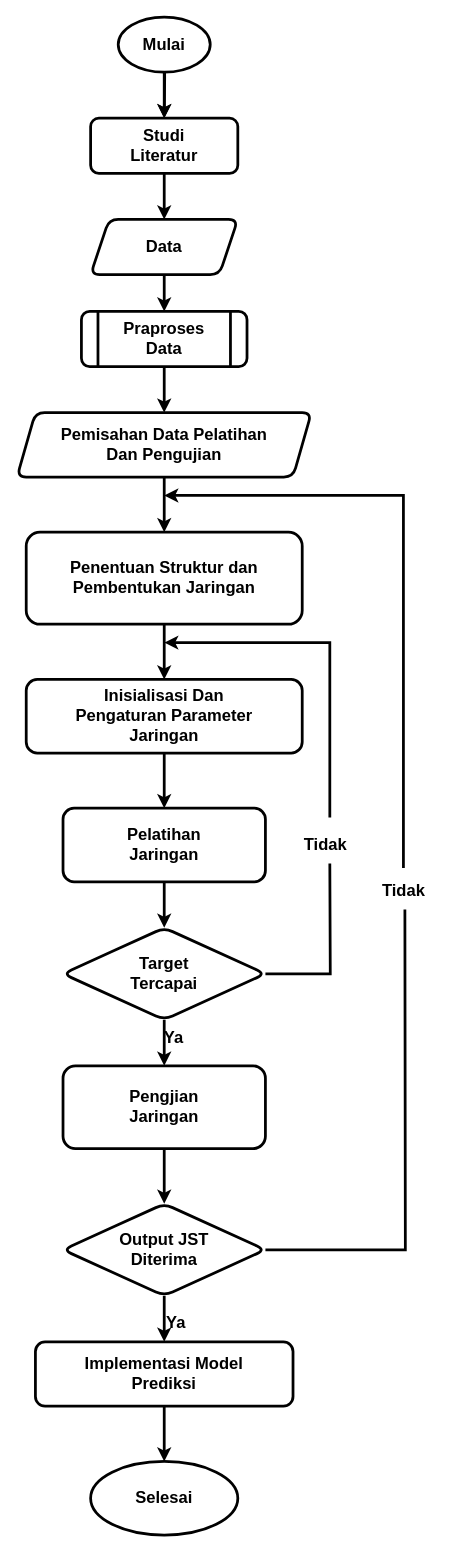
Harlan-Aan/school-management keeps this draw.io diagram as Untitled Diagram.drawio. Above is the earlier version. Source tidied: cells renumbered, new cells numbered last; positions are measured from the earlier drawing's top-left corner, leaving out a move shared by most shapes. Both pictures are drawn from the tidied source at 92%, with x=0, y=0 at pixel (17, 17).
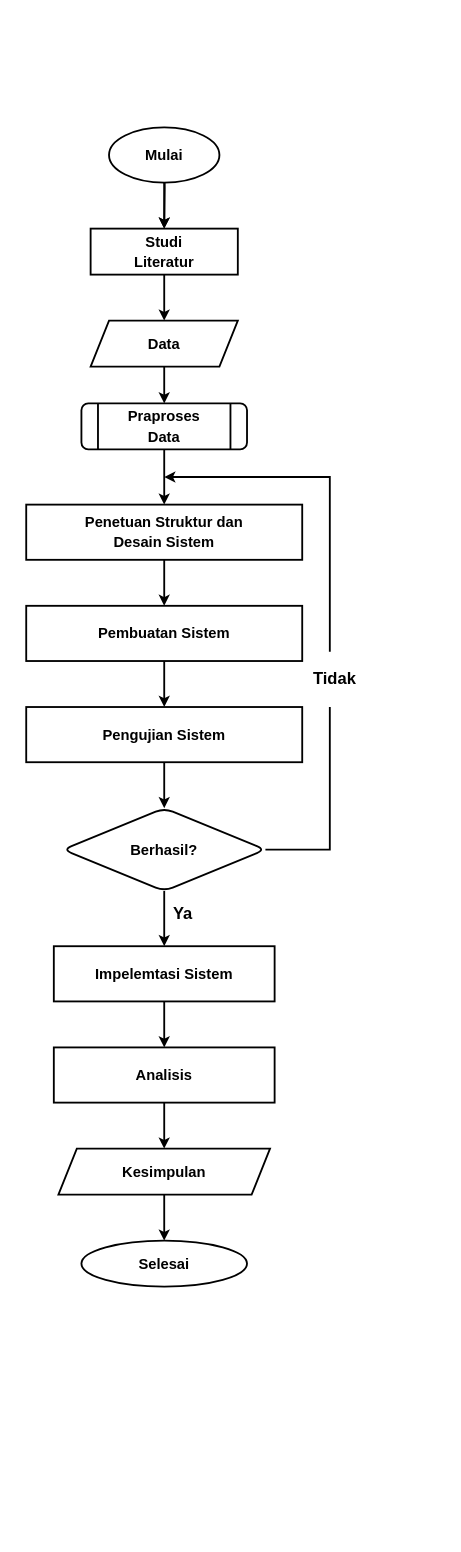
After the change.

What changed in the source:
```diff
@@
-    <mxCell id="2" style="edgeStyle=orthogonalEdgeStyle;rounded=0;jettySize=auto;html=1;strokeWidth=3;fontStyle=1;fontFamily=Helvetica;spacing=40;fontSize=18;" parent="1" edge="1" target="4">
+    <mxCell id="2" style="edgeStyle=orthogonalEdgeStyle;rounded=0;jettySize=auto;html=1;strokeWidth=2;fontStyle=1;fontFamily=Helvetica;spacing=40;fontSize=18;" parent="1" edge="1" target="4">
       <mxGeometry relative="1" as="geometry">
-        <mxPoint x="160" y="20" as="sourcePoint" />
+        <mxPoint x="160" y="140" as="sourcePoint" />
       </mxGeometry>
     </mxCell>
-    <mxCell id="3" style="edgeStyle=orthogonalEdgeStyle;rounded=0;jettySize=auto;html=1;strokeWidth=3;fontStyle=1;fontFamily=Helvetica;spacing=40;fontSize=18;" parent="1" edge="1" source="4" target="6">
+    <mxCell id="3" style="edgeStyle=orthogonalEdgeStyle;rounded=0;jettySize=auto;html=1;strokeWidth=2;fontStyle=1;fontFamily=Helvetica;spacing=40;fontSize=18;" parent="1" edge="1" source="4" target="6">
       <mxGeometry relative="1" as="geometry" />
     </mxCell>
-    <mxCell id="4" value="Studi Literatur" style="rounded=1;whiteSpace=wrap;html=1;strokeWidth=3;fontStyle=1;fontFamily=Helvetica;spacing=40;fontSize=18;" parent="1" vertex="1">
-      <mxGeometry x="80" y="110" width="160" height="60" as="geometry" />
+    <mxCell id="4" value="&lt;font style=&quot;font-size: 16px&quot;&gt;Studi Literatur&lt;/font&gt;" style="whiteSpace=wrap;html=1;rounded=0;strokeWidth=2;fontStyle=1;fontFamily=Helvetica;spacing=40;fontSize=18;" parent="1" vertex="1">
+      <mxGeometry x="80" y="230" width="160" height="50" as="geometry" />
     </mxCell>
-    <mxCell id="5" style="edgeStyle=orthogonalEdgeStyle;rounded=0;jettySize=auto;html=1;strokeWidth=3;fontStyle=1;fontFamily=Helvetica;spacing=40;fontSize=18;" parent="1" edge="1" source="6" target="8">
+    <mxCell id="5" style="edgeStyle=orthogonalEdgeStyle;rounded=0;jettySize=auto;html=1;strokeWidth=2;fontStyle=1;fontFamily=Helvetica;spacing=40;fontSize=18;" parent="1" edge="1" source="6" target="8">
       <mxGeometry relative="1" as="geometry" />
     </mxCell>
-    <mxCell id="6" value="Data" style="shape=parallelogram;perimeter=parallelogramPerimeter;whiteSpace=wrap;html=1;fixedSize=1;rounded=1;strokeWidth=3;fontStyle=1;fontFamily=Helvetica;spacing=40;fontSize=18;" parent="1" vertex="1">
-      <mxGeometry x="80" y="220" width="160" height="60" as="geometry" />
+    <mxCell id="6" value="&lt;font style=&quot;font-size: 16px&quot;&gt;Data&lt;/font&gt;" style="shape=parallelogram;perimeter=parallelogramPerimeter;whiteSpace=wrap;html=1;fixedSize=1;rounded=0;strokeWidth=2;fontStyle=1;fontFamily=Helvetica;spacing=40;fontSize=18;" parent="1" vertex="1">
+      <mxGeometry x="80" y="330" width="160" height="50" as="geometry" />
     </mxCell>
-    <mxCell id="7" style="edgeStyle=orthogonalEdgeStyle;rounded=0;jettySize=auto;html=1;strokeWidth=3;fontStyle=1;fontFamily=Helvetica;spacing=40;fontSize=18;" parent="1" edge="1" source="8" target="10">
-      <mxGeometry relative="1" as="geometry" />
-    </mxCell>
-    <mxCell id="8" value="Praproses Data" style="shape=process;whiteSpace=wrap;html=1;backgroundOutline=1;rounded=1;strokeWidth=3;fontStyle=1;fontFamily=Helvetica;spacing=40;fontSize=18;" parent="1" vertex="1">
-      <mxGeometry x="70" y="320" width="180" height="60" as="geometry" />
+    <mxCell id="8" value="&lt;font style=&quot;font-size: 16px&quot;&gt;Praproses Data&lt;/font&gt;" style="shape=process;whiteSpace=wrap;html=1;backgroundOutline=1;rounded=1;strokeWidth=2;fontStyle=1;fontFamily=Helvetica;spacing=40;fontSize=18;" parent="1" vertex="1">
+      <mxGeometry x="70" y="420" width="180" height="50" as="geometry" />
     </mxCell>
-    <mxCell id="9" style="edgeStyle=orthogonalEdgeStyle;rounded=0;jettySize=auto;html=1;strokeWidth=3;fontStyle=1;fontFamily=Helvetica;spacing=40;fontSize=18;" parent="1" edge="1" source="10" target="12">
+    <mxCell id="9" style="edgeStyle=orthogonalEdgeStyle;rounded=0;jettySize=auto;html=1;strokeWidth=2;fontStyle=1;fontFamily=Helvetica;spacing=40;fontSize=18;exitX=0.5;exitY=1;exitDx=0;exitDy=0;" parent="1" edge="1" source="8" target="12">
       <mxGeometry relative="1" as="geometry" />
     </mxCell>
-    <mxCell id="10" value="Pemisahan Data Pelatihan Dan Pengujian" style="shape=parallelogram;perimeter=parallelogramPerimeter;whiteSpace=wrap;html=1;fixedSize=1;rounded=1;strokeWidth=3;fontStyle=1;fontFamily=Helvetica;spacing=40;fontSize=18;" parent="1" vertex="1">
-      <mxGeometry y="430" width="320" height="70" as="geometry" />
-    </mxCell>
-    <mxCell id="11" style="edgeStyle=orthogonalEdgeStyle;rounded=0;jettySize=auto;html=1;strokeWidth=3;fontStyle=1;fontFamily=Helvetica;spacing=40;fontSize=18;" parent="1" edge="1" source="12" target="16">
+    <mxCell id="11" style="edgeStyle=orthogonalEdgeStyle;rounded=0;jettySize=auto;html=1;strokeWidth=2;fontStyle=1;fontFamily=Helvetica;spacing=40;fontSize=18;" parent="1" edge="1" source="12" target="16">
       <mxGeometry relative="1" as="geometry" />
     </mxCell>
-    <mxCell id="12" value="Penentuan Struktur dan Pembentukan Jaringan" style="whiteSpace=wrap;html=1;rounded=1;strokeWidth=3;fontStyle=1;fontFamily=Helvetica;spacing=40;fontSize=18;" parent="1" vertex="1">
-      <mxGeometry x="10" y="560" width="300" height="100" as="geometry" />
+    <mxCell id="12" value="&lt;font style=&quot;font-size: 16px&quot;&gt;Penetuan Struktur dan Desain Sistem&lt;/font&gt;" style="whiteSpace=wrap;html=1;rounded=0;strokeWidth=2;fontStyle=1;fontFamily=Helvetica;spacing=40;fontSize=18;" parent="1" vertex="1">
+      <mxGeometry x="10" y="530" width="300" height="60" as="geometry" />
     </mxCell>
-    <mxCell id="13" style="edgeStyle=orthogonalEdgeStyle;rounded=0;jettySize=auto;html=1;jumpSize=1;strokeWidth=3;fontStyle=1;fontFamily=Helvetica;spacing=40;fontSize=18;" parent="1" edge="1" source="14" target="4">
+    <mxCell id="13" style="edgeStyle=orthogonalEdgeStyle;rounded=0;jettySize=auto;html=1;jumpSize=1;strokeWidth=2;fontStyle=1;fontFamily=Helvetica;spacing=40;fontSize=18;" parent="1" edge="1" source="14" target="4">
       <mxGeometry relative="1" as="geometry" />
     </mxCell>
-    <mxCell id="14" value="Mulai" style="strokeWidth=3;html=1;shape=mxgraph.flowchart.start_1;whiteSpace=wrap;rounded=-5;fontStyle=1;fontFamily=Helvetica;spacing=40;fontSize=18;" parent="1" vertex="1">
-      <mxGeometry x="110" width="100" height="60" as="geometry" />
+    <mxCell id="14" value="&lt;font style=&quot;font-size: 16px&quot;&gt;Mulai&lt;/font&gt;" style="strokeWidth=2;html=1;shape=mxgraph.flowchart.start_1;whiteSpace=wrap;rounded=-5;fontStyle=1;fontFamily=Helvetica;spacing=40;fontSize=18;" parent="1" vertex="1">
+      <mxGeometry x="100" y="120" width="120" height="60" as="geometry" />
     </mxCell>
-    <mxCell id="15" style="edgeStyle=orthogonalEdgeStyle;rounded=0;jettySize=auto;html=1;strokeWidth=3;fontStyle=1;fontFamily=Helvetica;spacing=40;fontSize=18;" parent="1" edge="1" source="16" target="18">
+    <mxCell id="15" style="edgeStyle=orthogonalEdgeStyle;rounded=0;jettySize=auto;html=1;strokeWidth=2;fontStyle=1;fontFamily=Helvetica;spacing=40;fontSize=18;" parent="1" edge="1" source="16" target="18">
       <mxGeometry relative="1" as="geometry" />
     </mxCell>
-    <mxCell id="16" value="Inisialisasi Dan Pengaturan Parameter Jaringan" style="whiteSpace=wrap;html=1;rounded=1;strokeWidth=3;fontStyle=1;fontFamily=Helvetica;spacing=40;fontSize=18;" parent="1" vertex="1">
-      <mxGeometry x="10" y="720" width="300" height="80" as="geometry" />
+    <mxCell id="16" value="&lt;font style=&quot;font-size: 16px&quot;&gt;Pembuatan Sistem&lt;/font&gt;" style="whiteSpace=wrap;html=1;rounded=0;strokeWidth=2;fontStyle=1;fontFamily=Helvetica;spacing=40;fontSize=18;" parent="1" vertex="1">
+      <mxGeometry x="10" y="640" width="300" height="60" as="geometry" />
     </mxCell>
-    <mxCell id="17" style="edgeStyle=orthogonalEdgeStyle;rounded=0;jettySize=auto;html=1;strokeWidth=3;fontStyle=1;fontFamily=Helvetica;spacing=40;fontSize=18;" parent="1" edge="1" source="18" target="21">
+    <mxCell id="17" style="edgeStyle=orthogonalEdgeStyle;rounded=0;jettySize=auto;html=1;strokeWidth=2;fontStyle=1;fontFamily=Helvetica;spacing=40;fontSize=18;" parent="1" edge="1" source="18" target="21">
       <mxGeometry relative="1" as="geometry" />
     </mxCell>
-    <mxCell id="18" value="Pelatihan Jaringan" style="whiteSpace=wrap;html=1;rounded=1;strokeWidth=3;fontStyle=1;fontFamily=Helvetica;spacing=40;fontSize=18;" parent="1" vertex="1">
-      <mxGeometry x="50" y="860" width="220" height="80" as="geometry" />
+    <mxCell id="18" value="&lt;font style=&quot;font-size: 16px&quot;&gt;Pengujian Sistem&lt;/font&gt;" style="whiteSpace=wrap;html=1;rounded=0;strokeWidth=2;fontStyle=1;fontFamily=Helvetica;spacing=40;fontSize=18;" parent="1" vertex="1">
+      <mxGeometry x="10" y="750" width="300" height="60" as="geometry" />
     </mxCell>
-    <mxCell id="19" style="edgeStyle=orthogonalEdgeStyle;rounded=0;jettySize=auto;html=1;endArrow=none;endFill=0;strokeWidth=3;fontStyle=1;fontFamily=Helvetica;spacing=40;fontSize=18;" parent="1" edge="1" source="21">
+    <mxCell id="19" style="edgeStyle=orthogonalEdgeStyle;rounded=0;jettySize=auto;html=1;endArrow=none;endFill=0;strokeWidth=2;fontStyle=1;fontFamily=Helvetica;spacing=40;fontSize=18;" parent="1" edge="1" source="21" target="23">
       <mxGeometry relative="1" as="geometry">
-        <mxPoint x="340" y="920" as="targetPoint" />
+        <Array as="points">
+          <mxPoint x="340" y="905" />
+        </Array>
       </mxGeometry>
     </mxCell>
-    <mxCell id="20" style="edgeStyle=orthogonalEdgeStyle;rounded=0;jettySize=auto;html=1;endArrow=classic;endFill=1;strokeWidth=3;fontStyle=1;fontFamily=Helvetica;spacing=40;fontSize=18;" parent="1" edge="1" source="21" target="25">
+    <mxCell id="20" style="edgeStyle=orthogonalEdgeStyle;rounded=0;jettySize=auto;html=1;endArrow=classic;endFill=1;strokeWidth=2;fontStyle=1;fontFamily=Helvetica;spacing=40;fontSize=18;" parent="1" edge="1" source="21" target="25">
       <mxGeometry relative="1" as="geometry" />
     </mxCell>
-    <mxCell id="21" value="Target &lt;br style=&quot;font-size: 18px;&quot;&gt;Tercapai" style="rhombus;whiteSpace=wrap;html=1;rounded=1;strokeWidth=3;fontStyle=1;fontFamily=Helvetica;spacing=40;fontSize=18;" parent="1" vertex="1">
-      <mxGeometry x="50" y="990" width="220" height="100" as="geometry" />
+    <mxCell id="21" value="&lt;font style=&quot;font-size: 16px&quot;&gt;Berhasil?&lt;/font&gt;" style="rhombus;whiteSpace=wrap;html=1;rounded=1;strokeWidth=2;fontStyle=1;fontFamily=Helvetica;spacing=40;fontSize=18;" parent="1" vertex="1">
+      <mxGeometry x="50" y="860" width="220" height="90" as="geometry" />
     </mxCell>
-    <mxCell id="22" style="edgeStyle=orthogonalEdgeStyle;rounded=0;jumpSize=2;jettySize=auto;html=1;endArrow=classic;endFill=1;strokeWidth=3;fontFamily=Helvetica;fontSize=18;" parent="1" edge="1" source="23">
-      <mxGeometry relative="1" as="geometry">
-        <mxPoint x="160" y="680" as="targetPoint" />
-        <Array as="points">
-          <mxPoint x="340" y="680" />
-        </Array>
-      </mxGeometry>
-    </mxCell>
     <mxCell id="23" value="Tidak" style="text;html=1;align=center;verticalAlign=middle;points=[];strokeWidth=3;fontStyle=1;fontFamily=Helvetica;spacing=16;fontSize=18;" parent="1" vertex="1">
-      <mxGeometry x="290" y="870" width="90" height="60" as="geometry" />
+      <mxGeometry x="300" y="690" width="90" height="60" as="geometry" />
     </mxCell>
-    <mxCell id="24" style="edgeStyle=orthogonalEdgeStyle;rounded=0;jettySize=auto;html=1;endArrow=classic;endFill=1;strokeWidth=3;fontStyle=1;fontFamily=Helvetica;spacing=40;fontSize=18;" parent="1" edge="1" source="25" target="28">
-      <mxGeometry relative="1" as="geometry" />
-    </mxCell>
+    <mxCell id="36" style="edgeStyle=orthogonalEdgeStyle;rounded=0;jettySize=auto;html=1;strokeWidth=2;" parent="1" edge="1" source="25" target="39">
+      <mxGeometry relative="1" as="geometry" />
+    </mxCell>
-    <mxCell id="25" value="Pengjian Jaringan" style="whiteSpace=wrap;html=1;rounded=1;strokeWidth=3;fontStyle=1;fontFamily=Helvetica;spacing=40;fontSize=18;" parent="1" vertex="1">
-      <mxGeometry x="50" y="1140" width="220" height="90" as="geometry" />
+    <mxCell id="25" value="&lt;font style=&quot;font-size: 16px&quot;&gt;Impelemtasi Sistem&lt;/font&gt;" style="whiteSpace=wrap;html=1;rounded=0;strokeWidth=2;fontStyle=1;fontFamily=Helvetica;spacing=40;fontSize=18;" parent="1" vertex="1">
+      <mxGeometry x="40" y="1010" width="240" height="60" as="geometry" />
     </mxCell>
-    <mxCell id="26" style="edgeStyle=orthogonalEdgeStyle;rounded=0;jettySize=auto;html=1;endArrow=none;endFill=0;strokeWidth=3;fontStyle=1;fontFamily=Helvetica;spacing=40;fontSize=18;" parent="1" edge="1" source="28">
-      <mxGeometry relative="1" as="geometry">
-        <mxPoint x="421.6" y="970" as="targetPoint" />
-      </mxGeometry>
-    </mxCell>
-    <mxCell id="27" style="edgeStyle=orthogonalEdgeStyle;rounded=0;jettySize=auto;html=1;endArrow=classic;endFill=1;strokeWidth=3;fontStyle=1;fontFamily=Helvetica;spacing=40;fontSize=18;" parent="1" edge="1" source="28" target="33">
-      <mxGeometry relative="1" as="geometry" />
-    </mxCell>
-    <mxCell id="28" value="Output JST&lt;br style=&quot;font-size: 18px;&quot;&gt;Diterima" style="rhombus;whiteSpace=wrap;html=1;rounded=1;strokeWidth=3;fontStyle=1;fontFamily=Helvetica;spacing=40;fontSize=18;" parent="1" vertex="1">
-      <mxGeometry x="50" y="1290" width="220" height="100" as="geometry" />
-    </mxCell>
-    <mxCell id="29" style="edgeStyle=orthogonalEdgeStyle;rounded=0;jumpSize=2;jettySize=auto;html=1;endArrow=classic;endFill=1;strokeWidth=3;fontFamily=Helvetica;fontSize=18;" parent="1" edge="1" source="30">
-      <mxGeometry relative="1" as="geometry">
-        <mxPoint x="160" y="520" as="targetPoint" />
-        <Array as="points">
-          <mxPoint x="420" y="620" />
-          <mxPoint x="420" y="620" />
-        </Array>
-      </mxGeometry>
-    </mxCell>
-    <mxCell id="30" value="Tidak" style="text;html=1;align=center;verticalAlign=middle;points=[];strokeWidth=3;fontStyle=1;fontFamily=Helvetica;spacing=13;fontSize=18;" parent="1" vertex="1">
-      <mxGeometry x="375" y="925" width="90" height="50" as="geometry" />
-    </mxCell>
-    <mxCell id="31" value="Ya" style="text;html=1;align=center;verticalAlign=middle;strokeWidth=3;fontStyle=1;fontFamily=Helvetica;spacing=40;fontSize=18;" parent="1" vertex="1">
-      <mxGeometry x="110" y="1055" width="120" height="110" as="geometry" />
+    <mxCell id="31" value="Ya" style="text;html=1;align=center;verticalAlign=middle;strokeWidth=2;fontStyle=1;fontFamily=Helvetica;spacing=40;fontSize=18;" parent="1" vertex="1">
+      <mxGeometry x="120" y="920" width="120" height="110" as="geometry" />
     </mxCell>
-    <mxCell id="32" style="edgeStyle=orthogonalEdgeStyle;rounded=0;jettySize=auto;html=1;endArrow=classic;endFill=1;strokeWidth=3;fontStyle=1;fontFamily=Helvetica;spacing=40;fontSize=18;" parent="1" edge="1" source="33" target="35">
-      <mxGeometry relative="1" as="geometry" />
-    </mxCell>
-    <mxCell id="33" value="Implementasi Model Prediksi" style="whiteSpace=wrap;html=1;rounded=1;strokeWidth=3;fontStyle=1;fontFamily=Helvetica;spacing=40;fontSize=18;" parent="1" vertex="1">
-      <mxGeometry x="20" y="1440" width="280" height="70" as="geometry" />
-    </mxCell>
-    <mxCell id="34" value="&amp;nbsp;Ya" style="text;html=1;align=center;verticalAlign=middle;strokeWidth=3;fontStyle=1;fontFamily=Helvetica;spacing=40;fontSize=18;" parent="1" vertex="1">
-      <mxGeometry x="110" y="1365" width="120" height="110" as="geometry" />
-    </mxCell>
-    <mxCell id="35" value="Selesai" style="ellipse;whiteSpace=wrap;html=1;rounded=1;strokeWidth=3;fontStyle=1;fontFamily=Helvetica;spacing=40;fontSize=18;" parent="1" vertex="1">
-      <mxGeometry x="80" y="1570" width="160" height="80" as="geometry" />
+    <mxCell id="35" value="&lt;font style=&quot;font-size: 16px&quot;&gt;Selesai&lt;/font&gt;" style="ellipse;whiteSpace=wrap;html=1;rounded=1;strokeWidth=2;fontStyle=1;fontFamily=Helvetica;spacing=40;fontSize=18;" parent="1" vertex="1">
+      <mxGeometry x="70" y="1330" width="180" height="50" as="geometry" />
     </mxCell>
+    <mxCell id="37" style="edgeStyle=orthogonalEdgeStyle;rounded=0;jumpSize=2;orthogonalLoop=1;jettySize=auto;html=1;endArrow=classic;endFill=1;strokeWidth=2;fontFamily=Helvetica;fontSize=18;" parent="1" edge="1">
+      <mxGeometry relative="1" as="geometry">
+        <mxPoint x="340" y="690" as="sourcePoint" />
+        <mxPoint x="160" y="500" as="targetPoint" />
+        <Array as="points">
+          <mxPoint x="340" y="500" />
+        </Array>
+      </mxGeometry>
+    </mxCell>
+    <mxCell id="38" style="edgeStyle=orthogonalEdgeStyle;rounded=0;jettySize=auto;html=1;strokeWidth=2;" parent="1" edge="1" source="39" target="41">
+      <mxGeometry relative="1" as="geometry" />
+    </mxCell>
+    <mxCell id="39" value="&lt;font style=&quot;font-size: 16px&quot;&gt;Analisis&lt;/font&gt;" style="whiteSpace=wrap;html=1;rounded=0;strokeWidth=2;fontStyle=1;fontFamily=Helvetica;spacing=40;fontSize=18;" parent="1" vertex="1">
+      <mxGeometry x="40" y="1120" width="240" height="60" as="geometry" />
+    </mxCell>
+    <mxCell id="40" style="edgeStyle=orthogonalEdgeStyle;rounded=0;jettySize=auto;html=1;strokeWidth=2;" parent="1" edge="1" source="41" target="35">
+      <mxGeometry relative="1" as="geometry" />
+    </mxCell>
+    <mxCell id="41" value="&lt;b&gt;&lt;font style=&quot;font-size: 16px&quot;&gt;Kesimpulan&lt;/font&gt;&lt;/b&gt;" style="shape=parallelogram;perimeter=parallelogramPerimeter;whiteSpace=wrap;html=1;fixedSize=1;strokeWidth=2;" parent="1" vertex="1">
+      <mxGeometry x="45" y="1230" width="230" height="50" as="geometry" />
+    </mxCell>
```
